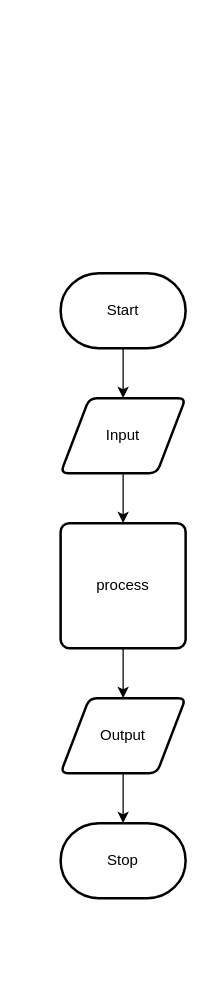
The draw.io diagram design/flow-chart.drawio in Ali-Mugamai/ICS20-6-03-JS, before the edit. Source tidied: cells renumbered, new cells numbered last; positions are measured from the earlier drawing's top-left corner, leaving out a move shared by most shapes. Both pictures are drawn from the tidied source at 125%, with x=0, y=0 at pixel (60, 272).
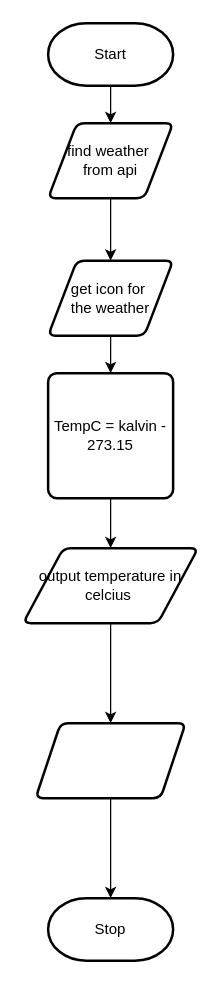
The same diagram, later.

What changed in the source:
```diff
@@
 <mxGraphModel>
   <root>
     <mxCell id="0" />
     <mxCell id="1" parent="0" />
-    <mxCell id="2" style="edgeStyle=none;html=1;" parent="1" edge="1" source="3" target="5">
-      <mxGeometry relative="1" as="geometry" />
-    </mxCell>
+    <mxCell id="11" style="edgeStyle=none;html=1;exitX=0.5;exitY=1;exitDx=0;exitDy=0;exitPerimeter=0;entryX=0.5;entryY=0;entryDx=0;entryDy=0;" parent="1" edge="1" source="3" target="13">
+      <mxGeometry relative="1" as="geometry" />
+    </mxCell>
     <mxCell id="3" value="Start" style="strokeWidth=2;html=1;shape=mxgraph.flowchart.terminator;whiteSpace=wrap;" parent="1" vertex="1">
-      <mxGeometry width="100" height="60" as="geometry" />
+      <mxGeometry x="-10" y="-200" width="100" height="50" as="geometry" />
     </mxCell>
-    <mxCell id="4" style="edgeStyle=none;html=1;" parent="1" edge="1" source="5" target="7">
-      <mxGeometry relative="1" as="geometry" />
-    </mxCell>
-    <mxCell id="5" value="Input" style="shape=parallelogram;html=1;strokeWidth=2;perimeter=parallelogramPerimeter;whiteSpace=wrap;rounded=1;arcSize=12;size=0.23;" parent="1" vertex="1">
-      <mxGeometry y="100" width="100" height="60" as="geometry" />
-    </mxCell>
-    <mxCell id="6" style="edgeStyle=none;html=1;" parent="1" edge="1" source="7" target="9">
-      <mxGeometry relative="1" as="geometry" />
-    </mxCell>
-    <mxCell id="7" value="process" style="rounded=1;whiteSpace=wrap;html=1;absoluteArcSize=1;arcSize=14;strokeWidth=2;" parent="1" vertex="1">
-      <mxGeometry y="200" width="100" height="100" as="geometry" />
-    </mxCell>
-    <mxCell id="8" style="edgeStyle=none;html=1;" parent="1" edge="1" source="9" target="10">
-      <mxGeometry relative="1" as="geometry" />
-    </mxCell>
-    <mxCell id="9" value="Output" style="shape=parallelogram;html=1;strokeWidth=2;perimeter=parallelogramPerimeter;whiteSpace=wrap;rounded=1;arcSize=12;size=0.23;" parent="1" vertex="1">
-      <mxGeometry y="340" width="100" height="60" as="geometry" />
-    </mxCell>
+    <mxCell id="12" style="edgeStyle=none;html=1;exitX=0.5;exitY=1;exitDx=0;exitDy=0;entryX=0.5;entryY=0;entryDx=0;entryDy=0;" parent="1" edge="1" source="13" target="19">
+      <mxGeometry relative="1" as="geometry" />
+    </mxCell>
+    <mxCell id="13" value="find weather&amp;nbsp;&lt;br&gt;from api" style="shape=parallelogram;html=1;strokeWidth=2;perimeter=parallelogramPerimeter;whiteSpace=wrap;rounded=1;arcSize=12;size=0.23;" parent="1" vertex="1">
+      <mxGeometry x="-10" y="-120" width="100" height="60" as="geometry" />
+    </mxCell>
+    <mxCell id="14" style="edgeStyle=none;html=1;exitX=0.5;exitY=1;exitDx=0;exitDy=0;entryX=0.5;entryY=0;entryDx=0;entryDy=0;" parent="1" edge="1" source="15" target="17">
+      <mxGeometry relative="1" as="geometry" />
+    </mxCell>
+    <mxCell id="15" value="TempC = kalvin - 273.15" style="rounded=1;whiteSpace=wrap;html=1;absoluteArcSize=1;arcSize=14;strokeWidth=2;" parent="1" vertex="1">
+      <mxGeometry x="-10" y="80" width="100" height="100" as="geometry" />
+    </mxCell>
+    <mxCell id="16" style="edgeStyle=none;html=1;" parent="1" edge="1" source="17" target="21">
+      <mxGeometry relative="1" as="geometry" />
+    </mxCell>
+    <mxCell id="17" value="output temperature in&lt;br&gt;celcius&amp;nbsp;" style="shape=parallelogram;html=1;strokeWidth=2;perimeter=parallelogramPerimeter;whiteSpace=wrap;rounded=1;arcSize=12;size=0.23;" parent="1" vertex="1">
+      <mxGeometry x="-30" y="220" width="140" height="60" as="geometry" />
+    </mxCell>
     <mxCell id="10" value="Stop" style="strokeWidth=2;html=1;shape=mxgraph.flowchart.terminator;whiteSpace=wrap;" parent="1" vertex="1">
-      <mxGeometry y="440" width="100" height="60" as="geometry" />
+      <mxGeometry x="-10" y="500" width="100" height="50" as="geometry" />
     </mxCell>
+    <mxCell id="18" style="edgeStyle=none;html=1;exitX=0.5;exitY=1;exitDx=0;exitDy=0;entryX=0.5;entryY=0;entryDx=0;entryDy=0;" parent="1" edge="1" source="19" target="15">
+      <mxGeometry relative="1" as="geometry" />
+    </mxCell>
+    <mxCell id="19" value="get icon for&amp;nbsp;&lt;br&gt;the weather" style="shape=parallelogram;html=1;strokeWidth=2;perimeter=parallelogramPerimeter;whiteSpace=wrap;rounded=1;arcSize=12;size=0.23;" parent="1" vertex="1">
+      <mxGeometry x="-10" y="-10" width="100" height="60" as="geometry" />
+    </mxCell>
+    <mxCell id="20" style="edgeStyle=none;html=1;" parent="1" edge="1" source="21" target="10">
+      <mxGeometry relative="1" as="geometry" />
+    </mxCell>
+    <mxCell id="21" style="shape=parallelogram;perimeter=parallelogramPerimeter;whiteSpace=wrap;html=1;fixedSize=1;strokeWidth=2;rounded=1;arcSize=12;" parent="1" vertex="1">
+      <mxGeometry x="-20" y="360" width="120" height="60" as="geometry" />
+    </mxCell>
   </root>
 </mxGraphModel>
```
